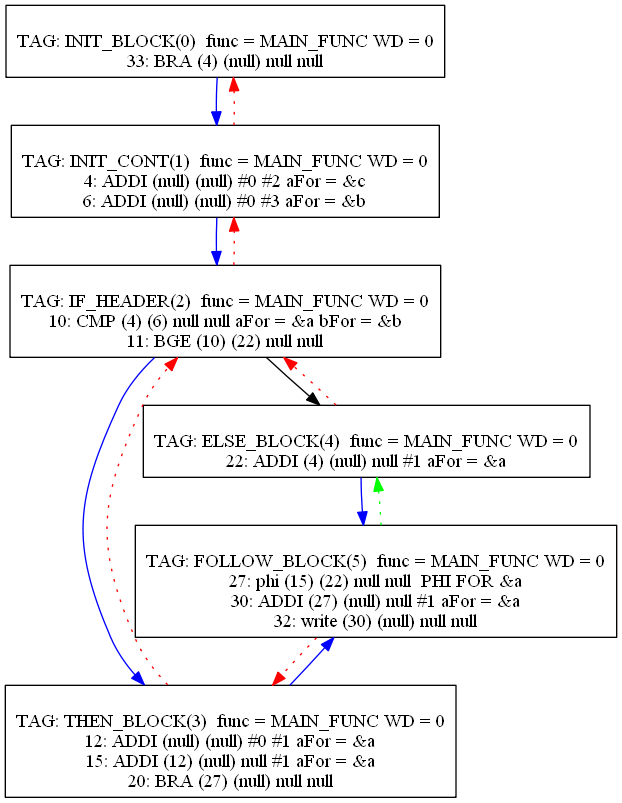
The Graphviz diagram Compiler/12graph.png in mbajaj92/Project-Astoria, before a commit. Its source is kept beside it as Compiler/12graph.dot.
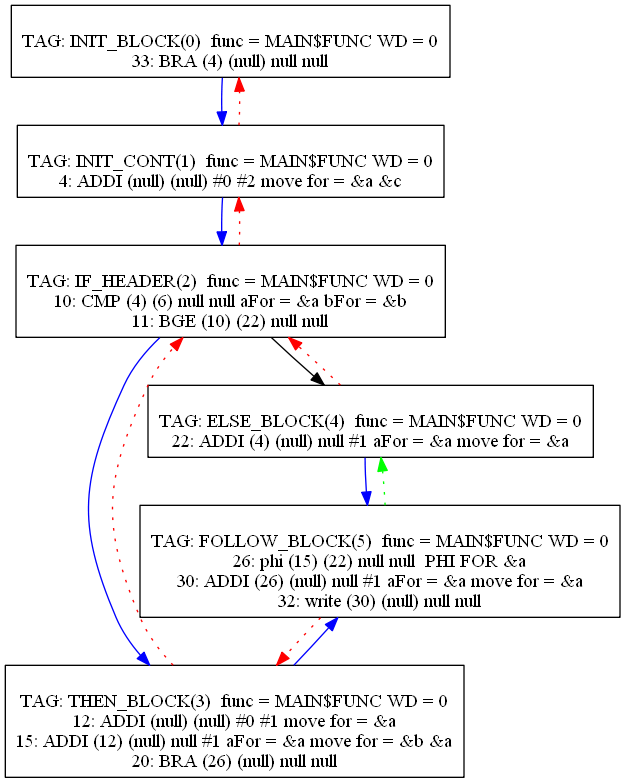
After the commit.

Change to the diagram source:
```diff
@@ -1,20 +1,19 @@
 digraph {
 0[label="
-TAG: INIT_BLOCK(0)  func = MAIN_FUNC WD = 0
+TAG: INIT_BLOCK(0)  func = MAIN$FUNC WD = 0
 33: BRA (4) (null) null null
 "];
 0[shape=box];
 0 -> 1[color=blue]
 1[label="
-TAG: INIT_CONT(1)  func = MAIN_FUNC WD = 0
-4: ADDI (null) (null) #0 #2 aFor = &c
-6: ADDI (null) (null) #0 #3 aFor = &b
+TAG: INIT_CONT(1)  func = MAIN$FUNC WD = 0
+4: ADDI (null) (null) #0 #2 move for = &a &c
 "];
 1[shape=box];
 1 -> 2[color=blue]
 1 -> 0[color=red][style=dotted]
 2[label="
-TAG: IF_HEADER(2)  func = MAIN_FUNC WD = 0
+TAG: IF_HEADER(2)  func = MAIN$FUNC WD = 0
 10: CMP (4) (6) null null aFor = &a bFor = &b
 11: BGE (10) (22) null null
 "];
@@ -23,25 +22,25 @@
 2 -> 4[color=black]
 2 -> 1[color=red][style=dotted]
 3[label="
-TAG: THEN_BLOCK(3)  func = MAIN_FUNC WD = 0
-12: ADDI (null) (null) #0 #1 aFor = &a
-15: ADDI (12) (null) null #1 aFor = &a
-20: BRA (27) (null) null null
+TAG: THEN_BLOCK(3)  func = MAIN$FUNC WD = 0
+12: ADDI (null) (null) #0 #1 move for = &a
+15: ADDI (12) (null) null #1 aFor = &a move for = &b &a
+20: BRA (26) (null) null null
 "];
 3[shape=box];
 3 -> 5[color=blue]
 3 -> 2[color=red][style=dotted]
 4[label="
-TAG: ELSE_BLOCK(4)  func = MAIN_FUNC WD = 0
-22: ADDI (4) (null) null #1 aFor = &a
+TAG: ELSE_BLOCK(4)  func = MAIN$FUNC WD = 0
+22: ADDI (4) (null) null #1 aFor = &a move for = &a
 "];
 4[shape=box];
 4 -> 5[color=blue]
 4 -> 2[color=red][style=dotted]
 5[label="
-TAG: FOLLOW_BLOCK(5)  func = MAIN_FUNC WD = 0
-27: phi (15) (22) null null  PHI FOR &a
-30: ADDI (27) (null) null #1 aFor = &a
+TAG: FOLLOW_BLOCK(5)  func = MAIN$FUNC WD = 0
+26: phi (15) (22) null null  PHI FOR &a
+30: ADDI (26) (null) null #1 aFor = &a move for = &a
 32: write (30) (null) null null
 "];
 5[shape=box];
```
